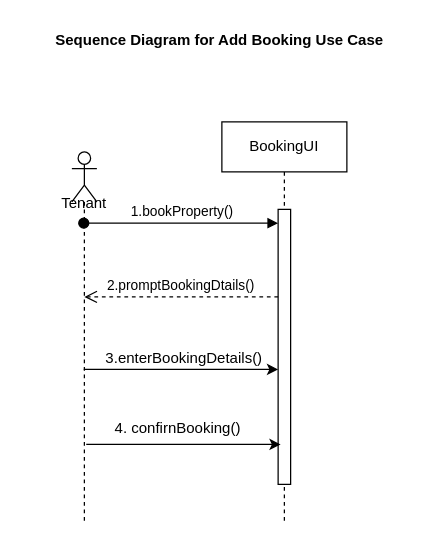
ttiweh28/real-estate-rental-system keeps this draw.io diagram as documentation/AnalysisSequenceDiagram-AddBooking.drawio. Above is the earlier version. Source tidied: cells renumbered, new cells numbered last; positions are measured from the earlier drawing's top-left corner, leaving out a move shared by most shapes. Both pictures are drawn from the tidied source at 125%, with x=0, y=0 at pixel (21, 21).
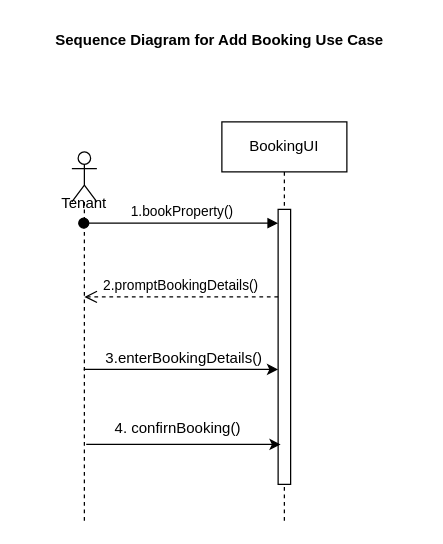
The same page after the edit.

Commit message (it also covers changes not shown here):
Corrected typo in Sequence Diagrams[Analysis & Design] Add Booking Use Case

What changed in the source:
```diff
@@
 <mxGraphModel>
   <root>
     <mxCell id="0" />
     <mxCell id="1" parent="0" />
     <mxCell id="2" value="BookingUI" style="shape=umlLifeline;perimeter=lifelinePerimeter;whiteSpace=wrap;html=1;outlineConnect=0;portConstraint=eastwest;newEdgeStyle={&quot;edgeStyle&quot;:&quot;elbowEdgeStyle&quot;,&quot;elbow&quot;:&quot;vertical&quot;,&quot;curved&quot;:0,&quot;rounded&quot;:0};" parent="1" vertex="1">
       <mxGeometry x="160" y="80" width="100" height="320" as="geometry" />
     </mxCell>
     <mxCell id="3" style="edgeStyle=elbowEdgeStyle;rounded=0;jettySize=auto;html=1;elbow=vertical;curved=0;" parent="2" edge="1" source="4" target="2">
       <mxGeometry relative="1" as="geometry" />
     </mxCell>
     <mxCell id="4" style="html=1;points=[];perimeter=orthogonalPerimeter;outlineConnect=0;targetShapes=umlLifeline;portConstraint=eastwest;newEdgeStyle={&quot;edgeStyle&quot;:&quot;elbowEdgeStyle&quot;,&quot;elbow&quot;:&quot;vertical&quot;,&quot;curved&quot;:0,&quot;rounded&quot;:0};" parent="2" vertex="1">
       <mxGeometry x="45" y="70" width="10" height="220" as="geometry" />
     </mxCell>
     <mxCell id="5" value="&lt;b&gt;Sequence Diagram for Add Booking Use Case&amp;nbsp;&lt;/b&gt;" style="text;html=1;align=center;verticalAlign=middle;whiteSpace=wrap;rounded=0;" parent="1" vertex="1">
       <mxGeometry width="320" height="30" as="geometry" />
     </mxCell>
     <mxCell id="6" style="shape=umlLifeline;perimeter=lifelinePerimeter;whiteSpace=wrap;html=1;newEdgeStyle={&quot;curved&quot;:0,&quot;rounded&quot;:0};participant=umlActor;" parent="1" vertex="1">
       <mxGeometry x="40" y="104" width="20" height="296" as="geometry" />
     </mxCell>
     <mxCell id="7" value="1.bookProperty()" style="html=1;verticalAlign=bottom;startArrow=oval;endArrow=block;startSize=8;edgeStyle=elbowEdgeStyle;elbow=vertical;curved=0;rounded=0;" parent="1" edge="1">
       <mxGeometry relative="1" as="geometry">
         <mxPoint x="49.5" y="161" as="sourcePoint" />
         <mxPoint x="205" y="161" as="targetPoint" />
       </mxGeometry>
     </mxCell>
     <mxCell id="8" value="Tenant" style="text;html=1;align=center;verticalAlign=middle;whiteSpace=wrap;rounded=0;" parent="1" vertex="1">
       <mxGeometry x="20" y="130" width="60" height="30" as="geometry" />
     </mxCell>
     <mxCell id="9" style="endArrow=classic;html=1;rounded=0;" parent="1" edge="1">
       <mxGeometry relative="1" as="geometry">
         <mxPoint x="49.5" y="278" as="sourcePoint" />
         <mxPoint x="205" y="278" as="targetPoint" />
       </mxGeometry>
     </mxCell>
     <mxCell id="10" value="3.enterBookingDetails()" style="text;html=1;align=center;verticalAlign=middle;whiteSpace=wrap;rounded=0;" parent="1" vertex="1">
       <mxGeometry x="100" y="254" width="60" height="30" as="geometry" />
     </mxCell>
-    <mxCell id="11" value="2.promptBookingDtails()" style="html=1;verticalAlign=bottom;endArrow=open;dashed=1;endSize=8;curved=0;rounded=0;" parent="1" edge="1" source="4">
+    <mxCell id="11" value="2.promptBookingDetails()" style="html=1;verticalAlign=bottom;endArrow=open;dashed=1;endSize=8;curved=0;rounded=0;" parent="1" edge="1" source="4">
       <mxGeometry relative="1" as="geometry">
         <mxPoint x="50" y="220" as="targetPoint" />
       </mxGeometry>
     </mxCell>
     <mxCell id="12" style="endArrow=classic;html=1;rounded=0;" parent="1" edge="1">
       <mxGeometry relative="1" as="geometry">
         <mxPoint x="51.5" y="338" as="sourcePoint" />
         <mxPoint x="207" y="338" as="targetPoint" />
       </mxGeometry>
     </mxCell>
     <mxCell id="13" value="4. confirnBooking()" style="text;html=1;align=center;verticalAlign=middle;whiteSpace=wrap;rounded=0;" parent="1" vertex="1">
       <mxGeometry x="70" y="310" width="110" height="30" as="geometry" />
     </mxCell>
   </root>
 </mxGraphModel>
```
